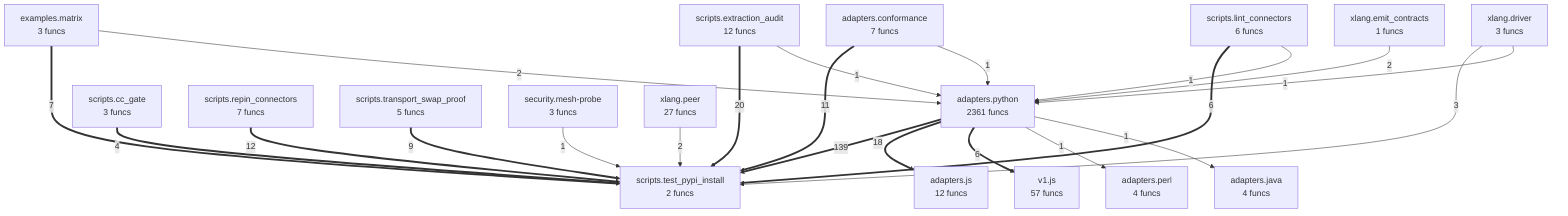
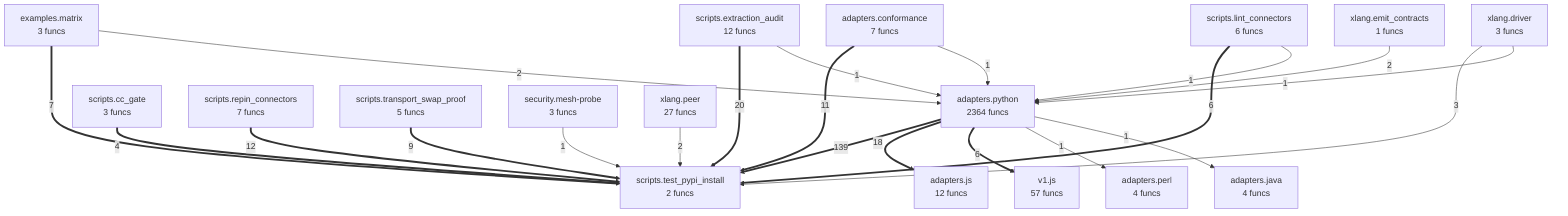
flowchart TD
- %% generated in 0.15s
+ %% generated in 0.09s
    adapters__conformance["adapters.conformance<br/>7 funcs"]
    adapters__java["adapters.java<br/>4 funcs"]
    adapters__js["adapters.js<br/>12 funcs"]
    adapters__perl["adapters.perl<br/>4 funcs"]
-     adapters__python["adapters.python<br/>2361 funcs"]
+     adapters__python["adapters.python<br/>2364 funcs"]
    examples__matrix["examples.matrix<br/>3 funcs"]
    scripts__cc_gate["scripts.cc_gate<br/>3 funcs"]
    scripts__extraction_audit["scripts.extraction_audit<br/>12 funcs"]
    scripts__lint_connectors["scripts.lint_connectors<br/>6 funcs"]
    scripts__repin_connectors["scripts.repin_connectors<br/>7 funcs"]
    scripts__test_pypi_install["scripts.test_pypi_install<br/>2 funcs"]
    scripts__transport_swap_proof["scripts.transport_swap_proof<br/>5 funcs"]
    security__mesh_probe["security.mesh-probe<br/>3 funcs"]
    v1__js["v1.js<br/>57 funcs"]
    xlang__driver["xlang.driver<br/>3 funcs"]
    xlang__emit_contracts["xlang.emit_contracts<br/>1 funcs"]
    xlang__peer["xlang.peer<br/>27 funcs"]
    adapters__python ==>|139| scripts__test_pypi_install
    scripts__extraction_audit ==>|20| scripts__test_pypi_install
    adapters__python ==>|18| adapters__js
    scripts__repin_connectors ==>|12| scripts__test_pypi_install
    adapters__conformance ==>|11| scripts__test_pypi_install
    scripts__transport_swap_proof ==>|9| scripts__test_pypi_install
    examples__matrix ==>|7| scripts__test_pypi_install
    scripts__lint_connectors ==>|6| scripts__test_pypi_install
    adapters__python ==>|6| v1__js
    scripts__cc_gate ==>|4| scripts__test_pypi_install
    xlang__driver -->|3| scripts__test_pypi_install
    examples__matrix -->|2| adapters__python
    xlang__emit_contracts -->|2| adapters__python
    xlang__peer -->|2| scripts__test_pypi_install
    security__mesh_probe -->|1| scripts__test_pypi_install
    scripts__lint_connectors -->|1| adapters__python
    scripts__extraction_audit -->|1| adapters__python
    adapters__conformance -->|1| adapters__python
    adapters__python -->|1| adapters__perl
    adapters__python -->|1| adapters__java
    xlang__driver -->|1| adapters__python
